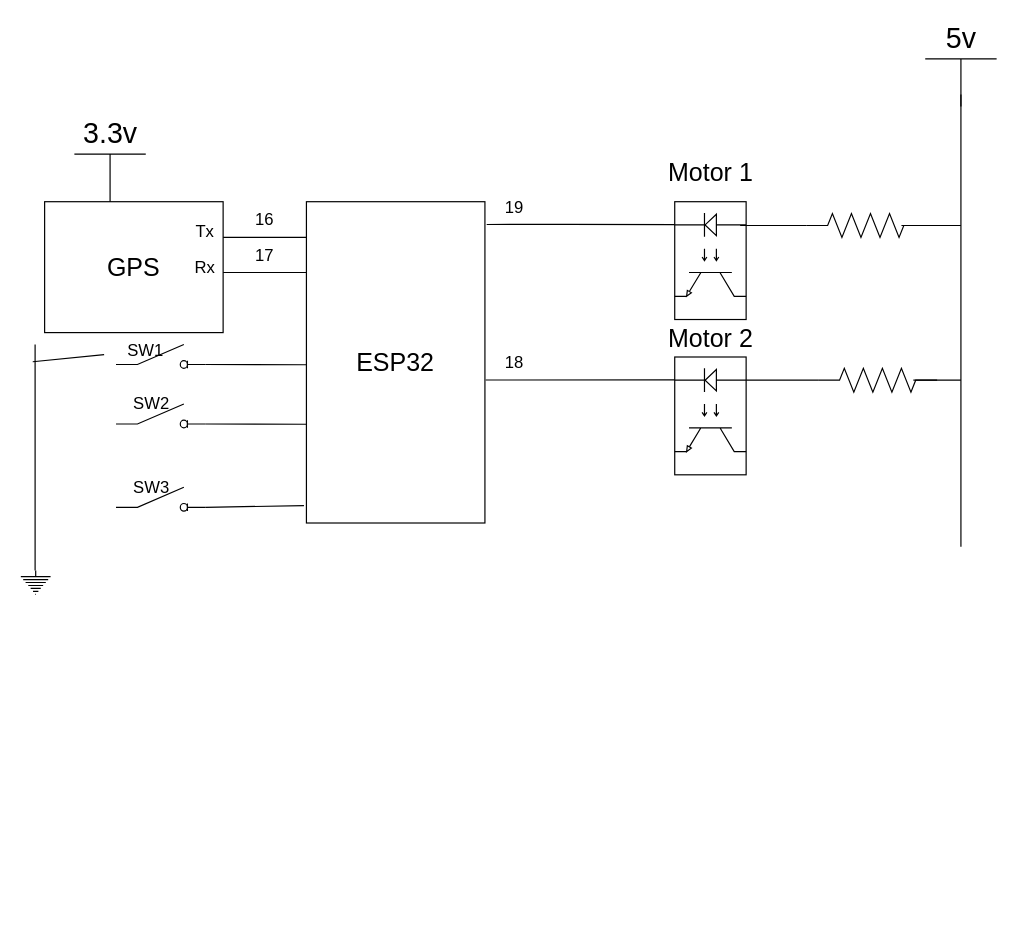
dahmadjid/esp32-idf-codes keeps this draw.io diagram as Untitled Diagram.drawio. Above is the earlier version. Source tidied: cells renumbered, new cells numbered last; positions are measured from the earlier drawing's top-left corner, leaving out a move shared by most shapes. Both pictures are drawn from the tidied source at 119%, with x=0, y=0 at pixel (20, 58).
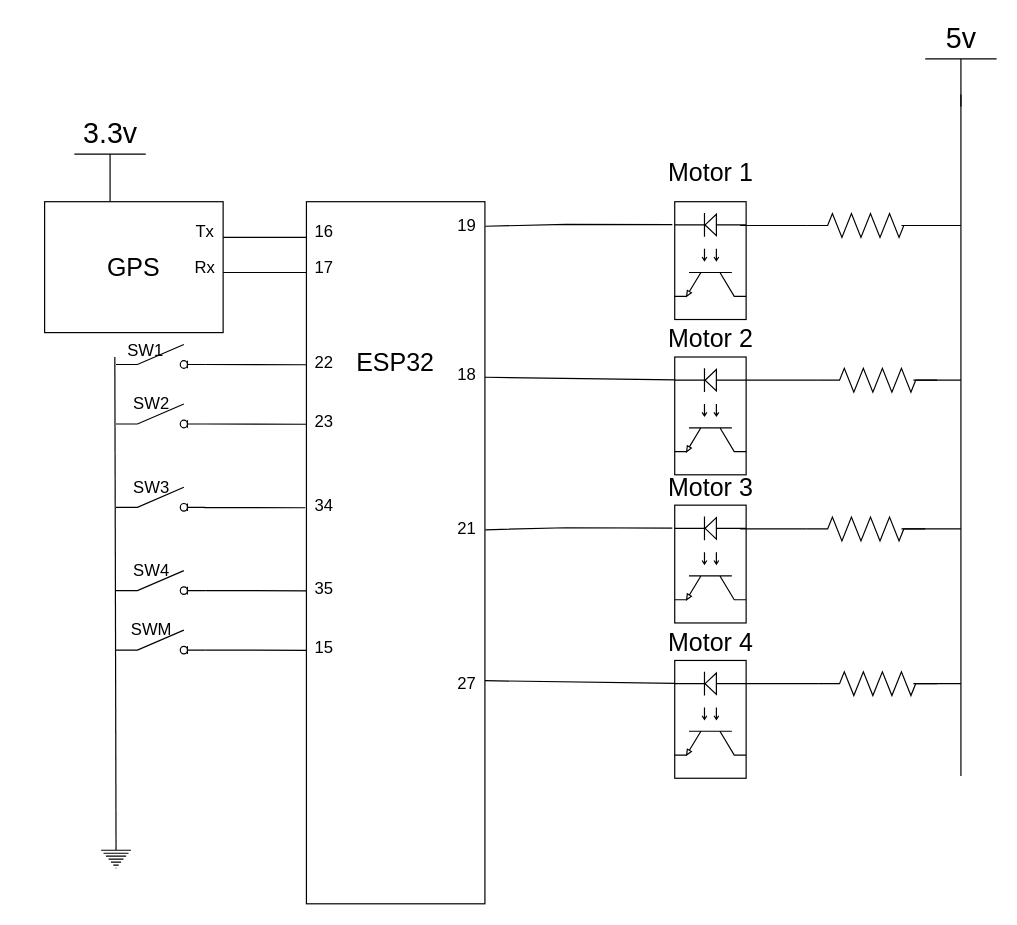
The same diagram, later.

Commit message:
water_pump_schematic

Unchanged cells that the change refers to:
```xml
<mxCell id="2" style="verticalLabelPosition=bottom;shadow=0;dashed=0;align=center;html=1;verticalAlign=top;shape=mxgraph.electrical.opto_electronics.opto-coupler;direction=south;" parent="1" vertex="1">
  <mxGeometry x="549.5" y="120" width="60" height="99" as="geometry" />
</mxCell>
<mxCell id="3" style="verticalLabelPosition=bottom;shadow=0;dashed=0;align=center;html=1;verticalAlign=top;shape=mxgraph.electrical.opto_electronics.opto-coupler;direction=south;" parent="1" vertex="1">
  <mxGeometry x="549.5" y="250.5" width="60" height="99" as="geometry" />
</mxCell>
<mxCell id="31" style="shape=mxgraph.electrical.electro-mechanical.switchDisconnector;elSwitchState=off;fontSize=14;strokeWidth=1;" parent="1" vertex="1">
  <mxGeometry x="80" y="360" width="75" height="20" as="geometry" />
</mxCell>
<mxCell id="35" value="&lt;font style=&quot;font-size: 14px&quot;&gt;SW1&lt;br&gt;&lt;/font&gt;" style="text;html=1;strokeColor=none;fillColor=none;align=center;verticalAlign=middle;whiteSpace=wrap;rounded=0;strokeWidth=1;" parent="1" vertex="1">
  <mxGeometry x="70" y="220" width="70" height="50" as="geometry" />
</mxCell>
```

The edit, as a diff of the source:
```diff
@@
     <mxCell id="4" style="rounded=0;whiteSpace=wrap;html=1;direction=south;" parent="1" vertex="1">
-      <mxGeometry x="240" y="120" width="150" height="270" as="geometry" />
+      <mxGeometry x="240" y="120" width="150" height="590" as="geometry" />
     </mxCell>
-    <mxCell id="5" style="endArrow=none;html=1;rounded=0;entryX=0.195;entryY=1;entryDx=0;entryDy=0;entryPerimeter=0;exitX=0.071;exitY=-0.01;exitDx=0;exitDy=0;exitPerimeter=0;" parent="1" edge="1" source="4" target="2">
+    <mxCell id="5" style="endArrow=none;html=1;rounded=0;entryX=0.195;entryY=1;entryDx=0;entryDy=0;entryPerimeter=0;exitX=0.035;exitY=-0.002;exitDx=0;exitDy=0;exitPerimeter=0;" parent="1" edge="1" source="4">
       <mxGeometry relative="1" as="geometry">
+        <mxPoint x="547.5" y="139.3" as="targetPoint" />
         <Array as="points">
-          <mxPoint x="460" y="139" />
+          <mxPoint x="458" y="139" />
         </Array>
       </mxGeometry>
     </mxCell>
-    <mxCell id="6" style="endArrow=none;html=1;rounded=0;entryX=0.195;entryY=1;entryDx=0;entryDy=0;entryPerimeter=0;exitX=0.555;exitY=-0.004;exitDx=0;exitDy=0;exitPerimeter=0;" parent="1" edge="1" source="4" target="3">
+    <mxCell id="6" style="endArrow=none;html=1;rounded=0;entryX=0.195;entryY=1;entryDx=0;entryDy=0;entryPerimeter=0;exitX=0.25;exitY=0;exitDx=0;exitDy=0;" parent="1" edge="1" source="4" target="3">
       <mxGeometry relative="1" as="geometry" />
     </mxCell>
@@
     <mxCell id="13" value="&lt;font style=&quot;font-size: 14px&quot;&gt;16&lt;/font&gt;" style="text;html=1;strokeColor=none;fillColor=none;align=center;verticalAlign=middle;whiteSpace=wrap;rounded=0;strokeWidth=1;" parent="1" vertex="1">
-      <mxGeometry x="170" y="110" width="70" height="50" as="geometry" />
+      <mxGeometry x="220" y="120" width="70" height="50" as="geometry" />
     </mxCell>
@@
     <mxCell id="15" value="&lt;font style=&quot;font-size: 14px&quot;&gt;19&lt;br&gt;&lt;/font&gt;" style="text;html=1;strokeColor=none;fillColor=none;align=center;verticalAlign=middle;whiteSpace=wrap;rounded=0;strokeWidth=1;" parent="1" vertex="1">
-      <mxGeometry x="380" y="100" width="70" height="50" as="geometry" />
+      <mxGeometry x="340" y="115" width="70" height="50" as="geometry" />
     </mxCell>
     <mxCell id="16" value="&lt;font style=&quot;font-size: 14px&quot;&gt;18&lt;/font&gt;" style="text;html=1;strokeColor=none;fillColor=none;align=center;verticalAlign=middle;whiteSpace=wrap;rounded=0;strokeWidth=1;" parent="1" vertex="1">
-      <mxGeometry x="380" y="230" width="70" height="50" as="geometry" />
+      <mxGeometry x="340" y="240" width="70" height="50" as="geometry" />
     </mxCell>
@@
     <mxCell id="18" value="&lt;font style=&quot;font-size: 14px&quot;&gt;17&lt;/font&gt;" style="text;html=1;strokeColor=none;fillColor=none;align=center;verticalAlign=middle;whiteSpace=wrap;rounded=0;strokeWidth=1;" parent="1" vertex="1">
-      <mxGeometry x="170" y="139.5" width="70" height="50" as="geometry" />
+      <mxGeometry x="220" y="150.2" width="70" height="50" as="geometry" />
     </mxCell>
@@
     <mxCell id="20" style="endArrow=none;html=1;rounded=0;fontSize=14;" parent="1" edge="1">
       <mxGeometry relative="1" as="geometry">
-        <mxPoint x="790" y="410" as="sourcePoint" />
+        <mxPoint x="790" y="602.5" as="sourcePoint" />
         <mxPoint x="790" y="30" as="targetPoint" />
       </mxGeometry>
     </mxCell>
@@
-    <mxCell id="34" style="endArrow=none;html=1;rounded=0;exitX=1;exitY=0.84;exitDx=0;exitDy=0;entryX=0.946;entryY=1.014;entryDx=0;entryDy=0;entryPerimeter=0;" parent="1" edge="1" source="31" target="4">
-      <mxGeometry relative="1" as="geometry" />
-    </mxCell>
@@
-    <mxCell id="38" style="endArrow=none;html=1;rounded=0;fontSize=14;" parent="1" edge="1">
+    <mxCell id="38" style="endArrow=none;html=1;rounded=0;fontSize=14;exitX=0.5;exitY=0;exitDx=0;exitDy=0;exitPerimeter=0;" parent="1" edge="1" source="39">
       <mxGeometry relative="1" as="geometry">
-        <mxPoint x="12" y="430" as="sourcePoint" />
-        <mxPoint x="12" y="240" as="targetPoint" />
+        <mxPoint x="79" y="250.5" as="targetPoint" />
       </mxGeometry>
     </mxCell>
     <mxCell id="39" style="verticalLabelPosition=bottom;shadow=0;dashed=0;align=center;html=1;verticalAlign=top;shape=mxgraph.electrical.signal_sources.protective_earth;fontSize=14;strokeWidth=1;" parent="1" vertex="1">
-      <mxGeometry y="430" width="25" height="20" as="geometry" />
+      <mxGeometry x="67.5" y="660" width="25" height="20" as="geometry" />
     </mxCell>
-    <mxCell id="40" style="endArrow=none;html=1;rounded=0;fontSize=14;" parent="1" edge="1" target="35">
-      <mxGeometry relative="1" as="geometry">
-        <mxPoint x="10" y="254.5" as="sourcePoint" />
-      </mxGeometry>
-    </mxCell>
+    <mxCell id="41" value="&lt;font style=&quot;font-size: 14px&quot;&gt;22&lt;/font&gt;" style="text;html=1;strokeColor=none;fillColor=none;align=center;verticalAlign=middle;whiteSpace=wrap;rounded=0;strokeWidth=1;" parent="1" vertex="1">
+      <mxGeometry x="220" y="230" width="70" height="50" as="geometry" />
+    </mxCell>
+    <mxCell id="42" value="&lt;font style=&quot;font-size: 14px&quot;&gt;23&lt;/font&gt;" style="text;html=1;strokeColor=none;fillColor=none;align=center;verticalAlign=middle;whiteSpace=wrap;rounded=0;strokeWidth=1;" parent="1" vertex="1">
+      <mxGeometry x="220" y="280" width="70" height="50" as="geometry" />
+    </mxCell>
+    <mxCell id="43" value="&lt;font style=&quot;font-size: 14px&quot;&gt;34&lt;/font&gt;" style="text;html=1;strokeColor=none;fillColor=none;align=center;verticalAlign=middle;whiteSpace=wrap;rounded=0;strokeWidth=1;" parent="1" vertex="1">
+      <mxGeometry x="220" y="349.5" width="70" height="50" as="geometry" />
+    </mxCell>
+    <mxCell id="44" style="endArrow=none;html=1;rounded=0;exitX=1;exitY=0.84;exitDx=0;exitDy=0;" parent="1" edge="1">
+      <mxGeometry relative="1" as="geometry">
+        <mxPoint x="154" y="377" as="sourcePoint" />
+        <mxPoint x="239" y="377.2" as="targetPoint" />
+      </mxGeometry>
+    </mxCell>
+    <mxCell id="45" style="verticalLabelPosition=bottom;shadow=0;dashed=0;align=center;html=1;verticalAlign=top;shape=mxgraph.electrical.opto_electronics.opto-coupler;direction=south;" parent="1" vertex="1">
+      <mxGeometry x="549.5" y="375" width="60" height="99" as="geometry" />
+    </mxCell>
+    <mxCell id="46" style="verticalLabelPosition=bottom;shadow=0;dashed=0;align=center;html=1;verticalAlign=top;shape=mxgraph.electrical.opto_electronics.opto-coupler;direction=south;" parent="1" vertex="1">
+      <mxGeometry x="549.5" y="505.5" width="60" height="99" as="geometry" />
+    </mxCell>
+    <mxCell id="47" style="endArrow=none;html=1;rounded=0;entryX=0.195;entryY=1;entryDx=0;entryDy=0;entryPerimeter=0;exitX=0.035;exitY=-0.002;exitDx=0;exitDy=0;exitPerimeter=0;" parent="1" edge="1">
+      <mxGeometry relative="1" as="geometry">
+        <mxPoint x="390.3" y="395.7" as="sourcePoint" />
+        <mxPoint x="547.5" y="394.3" as="targetPoint" />
+        <Array as="points">
+          <mxPoint x="458" y="394" />
+        </Array>
+      </mxGeometry>
+    </mxCell>
+    <mxCell id="48" style="endArrow=none;html=1;rounded=0;entryX=0.195;entryY=1;entryDx=0;entryDy=0;entryPerimeter=0;exitX=0.25;exitY=0;exitDx=0;exitDy=0;" parent="1" edge="1" target="46">
+      <mxGeometry relative="1" as="geometry">
+        <mxPoint x="390" y="522.5" as="sourcePoint" />
+      </mxGeometry>
+    </mxCell>
+    <mxCell id="49" value="&lt;font style=&quot;font-size: 21px&quot;&gt;Motor 4&lt;br&gt;&lt;/font&gt;" style="text;html=1;strokeColor=none;fillColor=none;align=center;verticalAlign=middle;whiteSpace=wrap;rounded=0;strokeWidth=1;" parent="1" vertex="1">
+      <mxGeometry x="529.5" y="445" width="100" height="90" as="geometry" />
+    </mxCell>
+    <mxCell id="50" value="&lt;font style=&quot;font-size: 14px&quot;&gt;21&lt;br&gt;&lt;/font&gt;" style="text;html=1;strokeColor=none;fillColor=none;align=center;verticalAlign=middle;whiteSpace=wrap;rounded=0;strokeWidth=1;" parent="1" vertex="1">
+      <mxGeometry x="340" y="370" width="70" height="50" as="geometry" />
+    </mxCell>
+    <mxCell id="51" style="endArrow=none;html=1;rounded=0;fontSize=14;exitX=0.75;exitY=1;exitDx=0;exitDy=0;" parent="1" edge="1" target="53">
+      <mxGeometry relative="1" as="geometry">
+        <mxPoint x="604.5" y="395" as="sourcePoint" />
+      </mxGeometry>
+    </mxCell>
+    <mxCell id="52" style="endArrow=none;html=1;rounded=0;fontSize=14;exitX=0.75;exitY=1;exitDx=0;exitDy=0;" parent="1" edge="1">
+      <mxGeometry relative="1" as="geometry">
+        <mxPoint x="609.5" y="525" as="sourcePoint" />
+        <mxPoint x="670" y="525" as="targetPoint" />
+      </mxGeometry>
+    </mxCell>
+    <mxCell id="53" style="verticalLabelPosition=bottom;shadow=0;dashed=0;align=center;html=1;verticalAlign=top;shape=mxgraph.electrical.resistors.resistor_2;fontSize=14;strokeWidth=1;" parent="1" vertex="1">
+      <mxGeometry x="660" y="385" width="100" height="20" as="geometry" />
+    </mxCell>
+    <mxCell id="54" style="endArrow=none;html=1;rounded=0;fontSize=14;exitX=0.75;exitY=1;exitDx=0;exitDy=0;" parent="1" edge="1">
+      <mxGeometry relative="1" as="geometry">
+        <mxPoint x="740" y="395" as="sourcePoint" />
+        <mxPoint x="790" y="395" as="targetPoint" />
+      </mxGeometry>
+    </mxCell>
+    <mxCell id="55" style="verticalLabelPosition=bottom;shadow=0;dashed=0;align=center;html=1;verticalAlign=top;shape=mxgraph.electrical.resistors.resistor_2;fontSize=14;strokeWidth=1;" parent="1" vertex="1">
+      <mxGeometry x="670" y="515" width="100" height="20" as="geometry" />
+    </mxCell>
+    <mxCell id="56" style="endArrow=none;html=1;rounded=0;fontSize=14;exitX=0.75;exitY=1;exitDx=0;exitDy=0;" parent="1" edge="1">
+      <mxGeometry relative="1" as="geometry">
+        <mxPoint x="750" y="525" as="sourcePoint" />
+        <mxPoint x="790" y="525" as="targetPoint" />
+      </mxGeometry>
+    </mxCell>
+    <mxCell id="57" value="&lt;font style=&quot;font-size: 21px&quot;&gt;Motor 3&lt;br&gt;&lt;/font&gt;" style="text;html=1;strokeColor=none;fillColor=none;align=center;verticalAlign=middle;whiteSpace=wrap;rounded=0;strokeWidth=1;" parent="1" vertex="1">
+      <mxGeometry x="529.5" y="315" width="100" height="90" as="geometry" />
+    </mxCell>
+    <mxCell id="58" value="&lt;font style=&quot;font-size: 14px&quot;&gt;27&lt;br&gt;&lt;/font&gt;" style="text;html=1;strokeColor=none;fillColor=none;align=center;verticalAlign=middle;whiteSpace=wrap;rounded=0;strokeWidth=1;" parent="1" vertex="1">
+      <mxGeometry x="340" y="500" width="70" height="50" as="geometry" />
+    </mxCell>
+    <mxCell id="59" style="shape=mxgraph.electrical.electro-mechanical.switchDisconnector;elSwitchState=off;fontSize=14;strokeWidth=1;" parent="1" vertex="1">
+      <mxGeometry x="80" y="430" width="75" height="20" as="geometry" />
+    </mxCell>
+    <mxCell id="60" style="shape=mxgraph.electrical.electro-mechanical.switchDisconnector;elSwitchState=off;fontSize=14;strokeWidth=1;" parent="1" vertex="1">
+      <mxGeometry x="80" y="480" width="75" height="20" as="geometry" />
+    </mxCell>
+    <mxCell id="61" style="endArrow=none;html=1;rounded=0;exitX=1;exitY=0.84;exitDx=0;exitDy=0;" parent="1" edge="1" source="59">
+      <mxGeometry relative="1" as="geometry">
+        <mxPoint x="240" y="447" as="targetPoint" />
+      </mxGeometry>
+    </mxCell>
+    <mxCell id="62" style="endArrow=none;html=1;rounded=0;exitX=1;exitY=0.84;exitDx=0;exitDy=0;" parent="1" edge="1" source="60">
+      <mxGeometry relative="1" as="geometry">
+        <mxPoint x="240" y="497" as="targetPoint" />
+      </mxGeometry>
+    </mxCell>
+    <mxCell id="63" value="&lt;font style=&quot;font-size: 14px&quot;&gt;SWM&lt;/font&gt;" style="text;html=1;strokeColor=none;fillColor=none;align=center;verticalAlign=middle;whiteSpace=wrap;rounded=0;strokeWidth=1;" parent="1" vertex="1">
+      <mxGeometry x="75" y="460" width="70" height="40" as="geometry" />
+    </mxCell>
+    <mxCell id="64" value="&lt;font style=&quot;font-size: 14px&quot;&gt;35&lt;/font&gt;" style="text;html=1;strokeColor=none;fillColor=none;align=center;verticalAlign=middle;whiteSpace=wrap;rounded=0;strokeWidth=1;" parent="1" vertex="1">
+      <mxGeometry x="220" y="420" width="70" height="50" as="geometry" />
+    </mxCell>
+    <mxCell id="65" value="&lt;font style=&quot;font-size: 14px&quot;&gt;15&lt;/font&gt;" style="text;html=1;strokeColor=none;fillColor=none;align=center;verticalAlign=middle;whiteSpace=wrap;rounded=0;strokeWidth=1;" parent="1" vertex="1">
+      <mxGeometry x="220" y="470" width="70" height="50" as="geometry" />
+    </mxCell>
+    <mxCell id="66" value="&lt;span style=&quot;font-size: 14px&quot;&gt;SW4&lt;/span&gt;" style="text;html=1;strokeColor=none;fillColor=none;align=center;verticalAlign=middle;whiteSpace=wrap;rounded=0;strokeWidth=1;" parent="1" vertex="1">
+      <mxGeometry x="75" y="410" width="70" height="40" as="geometry" />
+    </mxCell>
```
